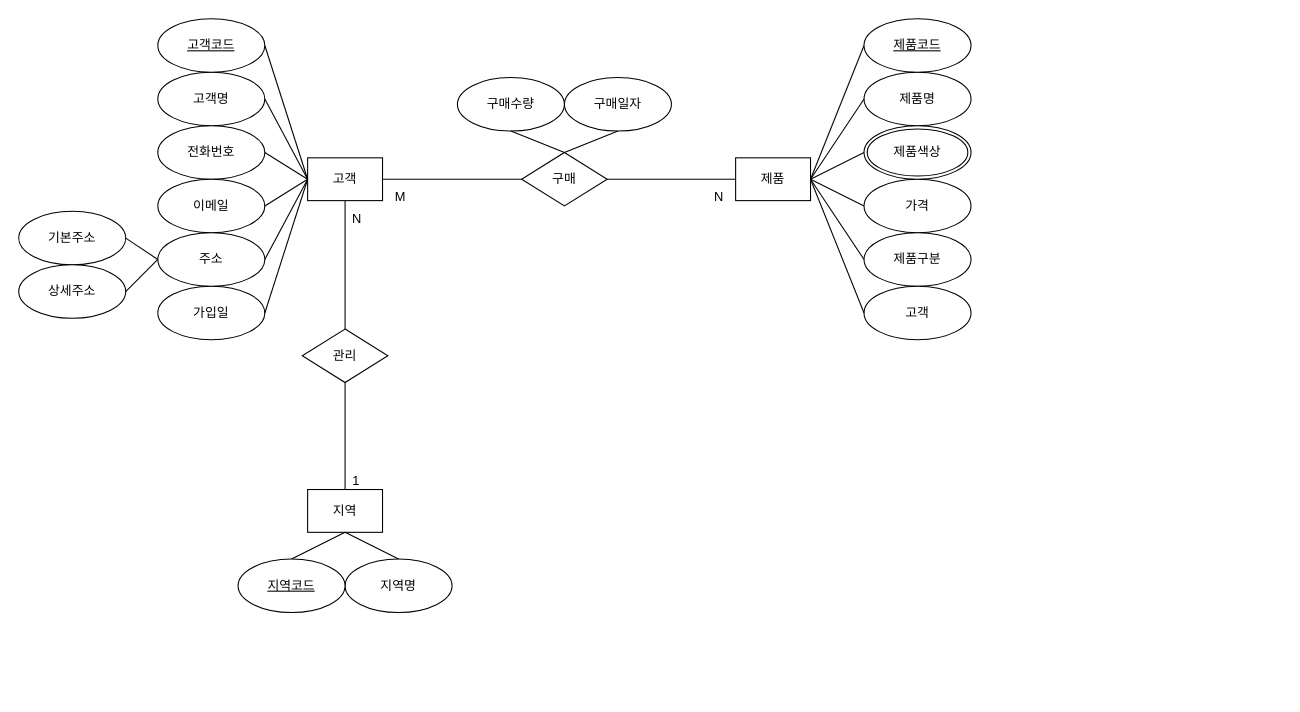
Before: product.drawio in Eehnodu/DBStudy, a draw.io diagram. Source tidied: cells renumbered, new cells numbered last; positions are measured from the earlier drawing's top-left corner, leaving out a move shared by most shapes. Both pictures are drawn from the tidied source at 107%, with x=0, y=0 at pixel (18, 18).
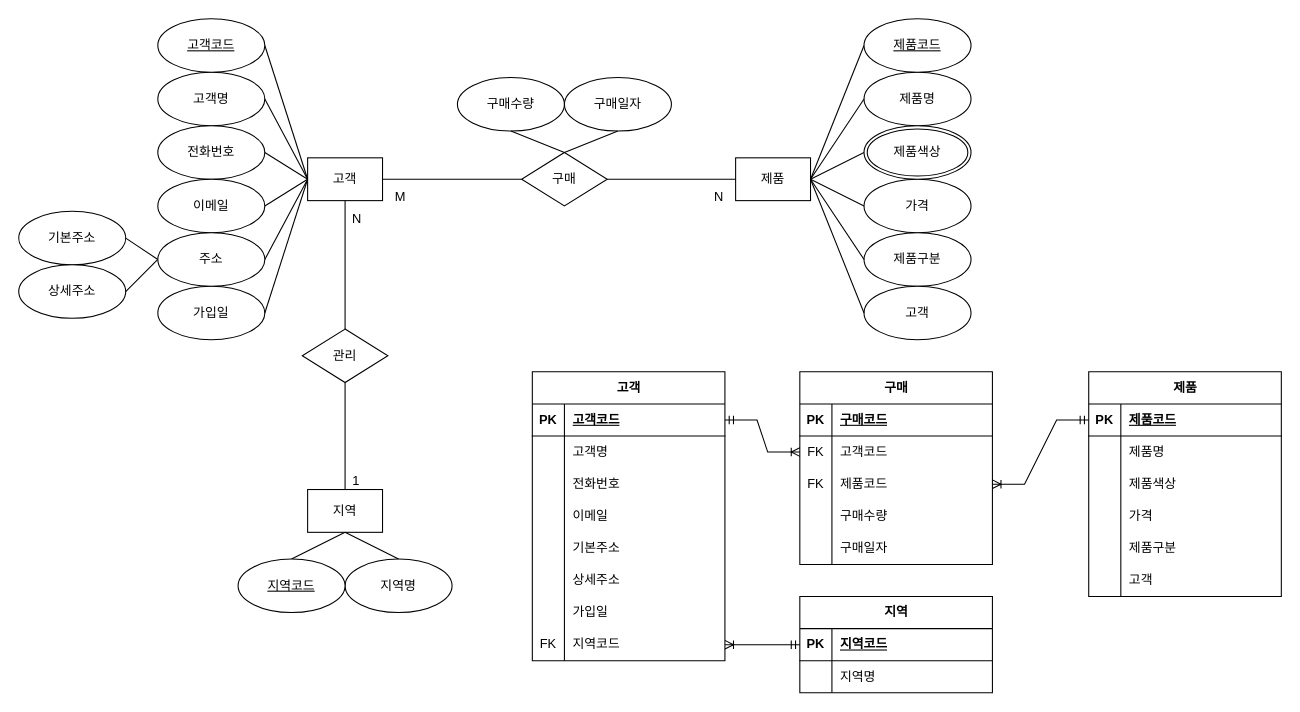
After the change.

Diff of the diagram source:
```diff
@@
+    <mxCell id="51" value="고객" style="shape=table;startSize=30;childLayout=tableLayout;rowLines=0;fontStyle=1;align=center;html=1;" parent="1" vertex="1">
+      <mxGeometry x="480" y="330" width="180" height="270" as="geometry" />
+    </mxCell>
+    <mxCell id="52" style="shape=tableRow;horizontal=0;startSize=0;swimlaneHead=0;swimlaneBody=0;fillColor=none;points=[[0,0.5],[1,0.5]];portConstraint=eastwest;top=0;left=0;right=0;bottom=1;" parent="51" vertex="1">
+      <mxGeometry y="30" width="180" height="30" as="geometry" />
+    </mxCell>
+    <mxCell id="53" value="PK" style="shape=partialRectangle;fillColor=none;top=0;left=0;bottom=0;right=0;fontStyle=1;overflow=hidden;whiteSpace=wrap;html=1;" parent="52" vertex="1">
+      <mxGeometry width="30" height="30" as="geometry" />
+    </mxCell>
+    <mxCell id="54" value="고객코드" style="shape=partialRectangle;fillColor=none;top=0;left=0;bottom=0;right=0;align=left;spacingLeft=6;fontStyle=5;overflow=hidden;whiteSpace=wrap;html=1;" parent="52" vertex="1">
+      <mxGeometry x="30" width="150" height="30" as="geometry" />
+    </mxCell>
+    <mxCell id="55" style="shape=tableRow;horizontal=0;startSize=0;swimlaneHead=0;swimlaneBody=0;fillColor=none;top=0;left=0;right=0;bottom=0;" parent="51" vertex="1">
+      <mxGeometry y="60" width="180" height="30" as="geometry" />
+    </mxCell>
+    <mxCell id="56" style="shape=partialRectangle;fillColor=none;top=0;left=0;bottom=0;right=0;overflow=hidden;whiteSpace=wrap;html=1;" parent="55" vertex="1">
+      <mxGeometry width="30" height="30" as="geometry" />
+    </mxCell>
+    <mxCell id="57" value="고객명" style="shape=partialRectangle;fillColor=none;top=0;left=0;bottom=0;right=0;align=left;spacingLeft=6;overflow=hidden;whiteSpace=wrap;html=1;" parent="55" vertex="1">
+      <mxGeometry x="30" width="150" height="30" as="geometry" />
+    </mxCell>
+    <mxCell id="58" style="shape=tableRow;horizontal=0;startSize=0;swimlaneHead=0;swimlaneBody=0;fillColor=none;top=0;left=0;right=0;bottom=0;" parent="51" vertex="1">
+      <mxGeometry y="90" width="180" height="30" as="geometry" />
+    </mxCell>
+    <mxCell id="59" style="shape=partialRectangle;fillColor=none;top=0;left=0;bottom=0;right=0;overflow=hidden;whiteSpace=wrap;html=1;" parent="58" vertex="1">
+      <mxGeometry width="30" height="30" as="geometry" />
+    </mxCell>
+    <mxCell id="60" value="전화번호" style="shape=partialRectangle;fillColor=none;top=0;left=0;bottom=0;right=0;align=left;spacingLeft=6;overflow=hidden;whiteSpace=wrap;html=1;" parent="58" vertex="1">
+      <mxGeometry x="30" width="150" height="30" as="geometry" />
+    </mxCell>
+    <mxCell id="61" style="shape=tableRow;horizontal=0;startSize=0;swimlaneHead=0;swimlaneBody=0;fillColor=none;top=0;left=0;right=0;bottom=0;" parent="51" vertex="1">
+      <mxGeometry y="120" width="180" height="30" as="geometry" />
+    </mxCell>
+    <mxCell id="62" style="shape=partialRectangle;fillColor=none;top=0;left=0;bottom=0;right=0;overflow=hidden;whiteSpace=wrap;html=1;" parent="61" vertex="1">
+      <mxGeometry width="30" height="30" as="geometry" />
+    </mxCell>
+    <mxCell id="63" value="이메일" style="shape=partialRectangle;fillColor=none;top=0;left=0;bottom=0;right=0;align=left;spacingLeft=6;overflow=hidden;whiteSpace=wrap;html=1;" parent="61" vertex="1">
+      <mxGeometry x="30" width="150" height="30" as="geometry" />
+    </mxCell>
+    <mxCell id="64" style="shape=tableRow;horizontal=0;startSize=0;swimlaneHead=0;swimlaneBody=0;fillColor=none;top=0;left=0;right=0;bottom=0;" parent="51" vertex="1">
+      <mxGeometry y="150" width="180" height="30" as="geometry" />
+    </mxCell>
+    <mxCell id="65" style="shape=partialRectangle;fillColor=none;top=0;left=0;bottom=0;right=0;overflow=hidden;whiteSpace=wrap;html=1;" parent="64" vertex="1">
+      <mxGeometry width="30" height="30" as="geometry" />
+    </mxCell>
+    <mxCell id="66" value="기본주소" style="shape=partialRectangle;fillColor=none;top=0;left=0;bottom=0;right=0;align=left;spacingLeft=6;overflow=hidden;whiteSpace=wrap;html=1;" parent="64" vertex="1">
+      <mxGeometry x="30" width="150" height="30" as="geometry" />
+    </mxCell>
+    <mxCell id="67" style="shape=tableRow;horizontal=0;startSize=0;swimlaneHead=0;swimlaneBody=0;fillColor=none;top=0;left=0;right=0;bottom=0;" parent="51" vertex="1">
+      <mxGeometry y="180" width="180" height="30" as="geometry" />
+    </mxCell>
+    <mxCell id="68" style="shape=partialRectangle;fillColor=none;top=0;left=0;bottom=0;right=0;overflow=hidden;whiteSpace=wrap;html=1;" parent="67" vertex="1">
+      <mxGeometry width="30" height="30" as="geometry" />
+    </mxCell>
+    <mxCell id="69" value="상세주소" style="shape=partialRectangle;fillColor=none;top=0;left=0;bottom=0;right=0;align=left;spacingLeft=6;overflow=hidden;whiteSpace=wrap;html=1;" parent="67" vertex="1">
+      <mxGeometry x="30" width="150" height="30" as="geometry" />
+    </mxCell>
+    <mxCell id="70" style="shape=tableRow;horizontal=0;startSize=0;swimlaneHead=0;swimlaneBody=0;fillColor=none;top=0;left=0;right=0;bottom=0;" parent="51" vertex="1">
+      <mxGeometry y="210" width="180" height="30" as="geometry" />
+    </mxCell>
+    <mxCell id="71" style="shape=partialRectangle;fillColor=none;top=0;left=0;bottom=0;right=0;overflow=hidden;whiteSpace=wrap;html=1;" parent="70" vertex="1">
+      <mxGeometry width="30" height="30" as="geometry" />
+    </mxCell>
+    <mxCell id="72" value="가입일" style="shape=partialRectangle;fillColor=none;top=0;left=0;bottom=0;right=0;align=left;spacingLeft=6;overflow=hidden;whiteSpace=wrap;html=1;" parent="70" vertex="1">
+      <mxGeometry x="30" width="150" height="30" as="geometry" />
+    </mxCell>
+    <mxCell id="73" style="shape=tableRow;horizontal=0;startSize=0;swimlaneHead=0;swimlaneBody=0;fillColor=none;points=[[0,0.5],[1,0.5]];portConstraint=eastwest;top=0;left=0;right=0;bottom=0;" parent="51" vertex="1">
+      <mxGeometry y="240" width="180" height="30" as="geometry" />
+    </mxCell>
+    <mxCell id="74" value="FK" style="shape=partialRectangle;fillColor=none;top=0;left=0;bottom=0;right=0;overflow=hidden;whiteSpace=wrap;html=1;" parent="73" vertex="1">
+      <mxGeometry width="30" height="30" as="geometry" />
+    </mxCell>
+    <mxCell id="75" value="지역코드" style="shape=partialRectangle;fillColor=none;top=0;left=0;bottom=0;right=0;align=left;spacingLeft=6;overflow=hidden;whiteSpace=wrap;html=1;" parent="73" vertex="1">
+      <mxGeometry x="30" width="150" height="30" as="geometry" />
+    </mxCell>
+    <mxCell id="76" value="제품" style="shape=table;startSize=30;childLayout=tableLayout;rowLines=0;fontStyle=1;align=center;html=1;" parent="1" vertex="1">
+      <mxGeometry x="1000" y="330" width="180" height="210" as="geometry" />
+    </mxCell>
+    <mxCell id="77" style="shape=tableRow;horizontal=0;startSize=0;swimlaneHead=0;swimlaneBody=0;fillColor=none;points=[[0,0.5],[1,0.5]];portConstraint=eastwest;top=0;left=0;right=0;bottom=1;" parent="76" vertex="1">
+      <mxGeometry y="30" width="180" height="30" as="geometry" />
+    </mxCell>
+    <mxCell id="78" value="PK" style="shape=partialRectangle;fillColor=none;top=0;left=0;bottom=0;right=0;fontStyle=1;overflow=hidden;whiteSpace=wrap;html=1;" parent="77" vertex="1">
+      <mxGeometry width="30" height="30" as="geometry" />
+    </mxCell>
+    <mxCell id="79" value="제품코드" style="shape=partialRectangle;fillColor=none;top=0;left=0;bottom=0;right=0;align=left;spacingLeft=6;fontStyle=5;overflow=hidden;whiteSpace=wrap;html=1;" parent="77" vertex="1">
+      <mxGeometry x="30" width="150" height="30" as="geometry" />
+    </mxCell>
+    <mxCell id="80" style="shape=tableRow;horizontal=0;startSize=0;swimlaneHead=0;swimlaneBody=0;fillColor=none;top=0;left=0;right=0;bottom=0;" parent="76" vertex="1">
+      <mxGeometry y="60" width="180" height="30" as="geometry" />
+    </mxCell>
+    <mxCell id="81" style="shape=partialRectangle;fillColor=none;top=0;left=0;bottom=0;right=0;overflow=hidden;whiteSpace=wrap;html=1;" parent="80" vertex="1">
+      <mxGeometry width="30" height="30" as="geometry" />
+    </mxCell>
+    <mxCell id="82" value="제품명" style="shape=partialRectangle;fillColor=none;top=0;left=0;bottom=0;right=0;align=left;spacingLeft=6;overflow=hidden;whiteSpace=wrap;html=1;" parent="80" vertex="1">
+      <mxGeometry x="30" width="150" height="30" as="geometry" />
+    </mxCell>
+    <mxCell id="83" style="shape=tableRow;horizontal=0;startSize=0;swimlaneHead=0;swimlaneBody=0;fillColor=none;top=0;left=0;right=0;bottom=0;" parent="76" vertex="1">
+      <mxGeometry y="90" width="180" height="30" as="geometry" />
+    </mxCell>
+    <mxCell id="84" style="shape=partialRectangle;fillColor=none;top=0;left=0;bottom=0;right=0;overflow=hidden;whiteSpace=wrap;html=1;" parent="83" vertex="1">
+      <mxGeometry width="30" height="30" as="geometry" />
+    </mxCell>
+    <mxCell id="85" value="제품색상" style="shape=partialRectangle;fillColor=none;top=0;left=0;bottom=0;right=0;align=left;spacingLeft=6;overflow=hidden;whiteSpace=wrap;html=1;" parent="83" vertex="1">
+      <mxGeometry x="30" width="150" height="30" as="geometry" />
+    </mxCell>
+    <mxCell id="86" style="shape=tableRow;horizontal=0;startSize=0;swimlaneHead=0;swimlaneBody=0;fillColor=none;top=0;left=0;right=0;bottom=0;" parent="76" vertex="1">
+      <mxGeometry y="120" width="180" height="30" as="geometry" />
+    </mxCell>
+    <mxCell id="87" style="shape=partialRectangle;fillColor=none;top=0;left=0;bottom=0;right=0;overflow=hidden;whiteSpace=wrap;html=1;" parent="86" vertex="1">
+      <mxGeometry width="30" height="30" as="geometry" />
+    </mxCell>
+    <mxCell id="88" value="가격" style="shape=partialRectangle;fillColor=none;top=0;left=0;bottom=0;right=0;align=left;spacingLeft=6;overflow=hidden;whiteSpace=wrap;html=1;" parent="86" vertex="1">
+      <mxGeometry x="30" width="150" height="30" as="geometry" />
+    </mxCell>
+    <mxCell id="89" style="shape=tableRow;horizontal=0;startSize=0;swimlaneHead=0;swimlaneBody=0;fillColor=none;top=0;left=0;right=0;bottom=0;" parent="76" vertex="1">
+      <mxGeometry y="150" width="180" height="30" as="geometry" />
+    </mxCell>
+    <mxCell id="90" style="shape=partialRectangle;fillColor=none;top=0;left=0;bottom=0;right=0;overflow=hidden;whiteSpace=wrap;html=1;" parent="89" vertex="1">
+      <mxGeometry width="30" height="30" as="geometry" />
+    </mxCell>
+    <mxCell id="91" value="제품구분" style="shape=partialRectangle;fillColor=none;top=0;left=0;bottom=0;right=0;align=left;spacingLeft=6;overflow=hidden;whiteSpace=wrap;html=1;" parent="89" vertex="1">
+      <mxGeometry x="30" width="150" height="30" as="geometry" />
+    </mxCell>
+    <mxCell id="92" style="shape=tableRow;horizontal=0;startSize=0;swimlaneHead=0;swimlaneBody=0;fillColor=none;top=0;left=0;right=0;bottom=0;" parent="76" vertex="1">
+      <mxGeometry y="180" width="180" height="30" as="geometry" />
+    </mxCell>
+    <mxCell id="93" style="shape=partialRectangle;fillColor=none;top=0;left=0;bottom=0;right=0;overflow=hidden;whiteSpace=wrap;html=1;" parent="92" vertex="1">
+      <mxGeometry width="30" height="30" as="geometry" />
+    </mxCell>
+    <mxCell id="94" value="고객" style="shape=partialRectangle;fillColor=none;top=0;left=0;bottom=0;right=0;align=left;spacingLeft=6;overflow=hidden;whiteSpace=wrap;html=1;" parent="92" vertex="1">
+      <mxGeometry x="30" width="150" height="30" as="geometry" />
+    </mxCell>
+    <mxCell id="95" value="지역" style="shape=table;startSize=30;childLayout=tableLayout;rowLines=0;fontStyle=1;align=center;html=1;" parent="1" vertex="1">
+      <mxGeometry x="730" y="540" width="180" height="90" as="geometry" />
+    </mxCell>
+    <mxCell id="96" style="shape=tableRow;horizontal=0;startSize=0;swimlaneHead=0;swimlaneBody=0;fillColor=none;points=[[0,0.5],[1,0.5]];portConstraint=eastwest;top=0;left=0;right=0;bottom=1;" parent="95" vertex="1">
+      <mxGeometry y="30" width="180" height="30" as="geometry" />
+    </mxCell>
+    <mxCell id="97" value="PK" style="shape=partialRectangle;fillColor=none;top=0;left=0;bottom=0;right=0;fontStyle=1;overflow=hidden;whiteSpace=wrap;html=1;" parent="96" vertex="1">
+      <mxGeometry width="30" height="30" as="geometry" />
+    </mxCell>
+    <mxCell id="98" value="지역코드" style="shape=partialRectangle;fillColor=none;top=0;left=0;bottom=0;right=0;align=left;spacingLeft=6;fontStyle=5;overflow=hidden;whiteSpace=wrap;html=1;" parent="96" vertex="1">
+      <mxGeometry x="30" width="150" height="30" as="geometry" />
+    </mxCell>
+    <mxCell id="99" style="shape=tableRow;horizontal=0;startSize=0;swimlaneHead=0;swimlaneBody=0;fillColor=none;top=0;left=0;right=0;bottom=0;" parent="95" vertex="1">
+      <mxGeometry y="60" width="180" height="30" as="geometry" />
+    </mxCell>
+    <mxCell id="100" style="shape=partialRectangle;fillColor=none;top=0;left=0;bottom=0;right=0;overflow=hidden;whiteSpace=wrap;html=1;" parent="99" vertex="1">
+      <mxGeometry width="30" height="30" as="geometry" />
+    </mxCell>
+    <mxCell id="101" value="지역명" style="shape=partialRectangle;fillColor=none;top=0;left=0;bottom=0;right=0;align=left;spacingLeft=6;overflow=hidden;whiteSpace=wrap;html=1;" parent="99" vertex="1">
+      <mxGeometry x="30" width="150" height="30" as="geometry" />
+    </mxCell>
+    <mxCell id="102" value="구매" style="shape=table;startSize=30;childLayout=tableLayout;rowLines=0;fontStyle=1;align=center;html=1;" parent="1" vertex="1">
+      <mxGeometry x="730" y="330" width="180" height="180" as="geometry" />
+    </mxCell>
+    <mxCell id="103" style="shape=tableRow;horizontal=0;startSize=0;swimlaneHead=0;swimlaneBody=0;fillColor=none;top=0;left=0;right=0;bottom=1;" parent="102" vertex="1">
+      <mxGeometry y="30" width="180" height="30" as="geometry" />
+    </mxCell>
+    <mxCell id="104" value="PK" style="shape=partialRectangle;fillColor=none;top=0;left=0;bottom=0;right=0;fontStyle=1;overflow=hidden;whiteSpace=wrap;html=1;" parent="103" vertex="1">
+      <mxGeometry width="30" height="30" as="geometry" />
+    </mxCell>
+    <mxCell id="105" value="구매코드" style="shape=partialRectangle;fillColor=none;top=0;left=0;bottom=0;right=0;align=left;spacingLeft=6;fontStyle=5;overflow=hidden;whiteSpace=wrap;html=1;" parent="103" vertex="1">
+      <mxGeometry x="30" width="150" height="30" as="geometry" />
+    </mxCell>
+    <mxCell id="106" style="shape=tableRow;horizontal=0;startSize=0;swimlaneHead=0;swimlaneBody=0;fillColor=none;points=[[0,0.5],[1,0.5]];portConstraint=eastwest;top=0;left=0;right=0;bottom=0;" parent="102" vertex="1">
+      <mxGeometry y="60" width="180" height="30" as="geometry" />
+    </mxCell>
+    <mxCell id="107" value="FK" style="shape=partialRectangle;fillColor=none;top=0;left=0;bottom=0;right=0;overflow=hidden;whiteSpace=wrap;html=1;" parent="106" vertex="1">
+      <mxGeometry width="30" height="30" as="geometry" />
+    </mxCell>
+    <mxCell id="108" value="고객코드" style="shape=partialRectangle;fillColor=none;top=0;left=0;bottom=0;right=0;align=left;spacingLeft=6;overflow=hidden;whiteSpace=wrap;html=1;" parent="106" vertex="1">
+      <mxGeometry x="30" width="150" height="30" as="geometry" />
+    </mxCell>
+    <mxCell id="109" style="shape=tableRow;horizontal=0;startSize=0;swimlaneHead=0;swimlaneBody=0;fillColor=none;points=[[0,0.5],[1,0.5]];portConstraint=eastwest;top=0;left=0;right=0;bottom=0;" parent="102" vertex="1">
+      <mxGeometry y="90" width="180" height="30" as="geometry" />
+    </mxCell>
+    <mxCell id="110" value="FK" style="shape=partialRectangle;fillColor=none;top=0;left=0;bottom=0;right=0;overflow=hidden;whiteSpace=wrap;html=1;" parent="109" vertex="1">
+      <mxGeometry width="30" height="30" as="geometry" />
+    </mxCell>
+    <mxCell id="111" value="제품코드" style="shape=partialRectangle;fillColor=none;top=0;left=0;bottom=0;right=0;align=left;spacingLeft=6;overflow=hidden;whiteSpace=wrap;html=1;" parent="109" vertex="1">
+      <mxGeometry x="30" width="150" height="30" as="geometry" />
+    </mxCell>
+    <mxCell id="112" style="shape=tableRow;horizontal=0;startSize=0;swimlaneHead=0;swimlaneBody=0;fillColor=none;top=0;left=0;right=0;bottom=0;" parent="102" vertex="1">
+      <mxGeometry y="120" width="180" height="30" as="geometry" />
+    </mxCell>
+    <mxCell id="113" style="shape=partialRectangle;fillColor=none;top=0;left=0;bottom=0;right=0;overflow=hidden;whiteSpace=wrap;html=1;" parent="112" vertex="1">
+      <mxGeometry width="30" height="30" as="geometry" />
+    </mxCell>
+    <mxCell id="114" value="구매수량" style="shape=partialRectangle;fillColor=none;top=0;left=0;bottom=0;right=0;align=left;spacingLeft=6;overflow=hidden;whiteSpace=wrap;html=1;" parent="112" vertex="1">
+      <mxGeometry x="30" width="150" height="30" as="geometry" />
+    </mxCell>
+    <mxCell id="115" style="shape=tableRow;horizontal=0;startSize=0;swimlaneHead=0;swimlaneBody=0;fillColor=none;top=0;left=0;right=0;bottom=0;" parent="102" vertex="1">
+      <mxGeometry y="150" width="180" height="30" as="geometry" />
+    </mxCell>
+    <mxCell id="116" style="shape=partialRectangle;fillColor=none;top=0;left=0;bottom=0;right=0;overflow=hidden;whiteSpace=wrap;html=1;" parent="115" vertex="1">
+      <mxGeometry width="30" height="30" as="geometry" />
+    </mxCell>
+    <mxCell id="117" value="구매일자" style="shape=partialRectangle;fillColor=none;top=0;left=0;bottom=0;right=0;align=left;spacingLeft=6;overflow=hidden;whiteSpace=wrap;html=1;" parent="115" vertex="1">
+      <mxGeometry x="30" width="150" height="30" as="geometry" />
+    </mxCell>
+    <mxCell id="118" style="edgeStyle=entityRelationEdgeStyle;fontSize=12;html=1;endArrow=ERoneToMany;startArrow=ERmandOne;rounded=0;entryX=1;entryY=0.5;entryDx=0;entryDy=0;exitX=0;exitY=0.5;exitDx=0;exitDy=0;" parent="1" edge="1" source="77" target="109">
+      <mxGeometry relative="1" as="geometry" />
+    </mxCell>
+    <mxCell id="119" style="edgeStyle=entityRelationEdgeStyle;fontSize=12;html=1;endArrow=ERoneToMany;startArrow=ERmandOne;rounded=0;entryX=0;entryY=0.5;entryDx=0;entryDy=0;exitX=1;exitY=0.5;exitDx=0;exitDy=0;" parent="1" edge="1" source="52" target="106">
+      <mxGeometry relative="1" as="geometry" />
+    </mxCell>
+    <mxCell id="120" style="edgeStyle=entityRelationEdgeStyle;fontSize=12;html=1;endArrow=ERoneToMany;startArrow=ERmandOne;rounded=0;entryX=1;entryY=0.5;entryDx=0;entryDy=0;exitX=0;exitY=0.5;exitDx=0;exitDy=0;" parent="1" edge="1" source="96" target="73">
+      <mxGeometry relative="1" as="geometry" />
+    </mxCell>
```
